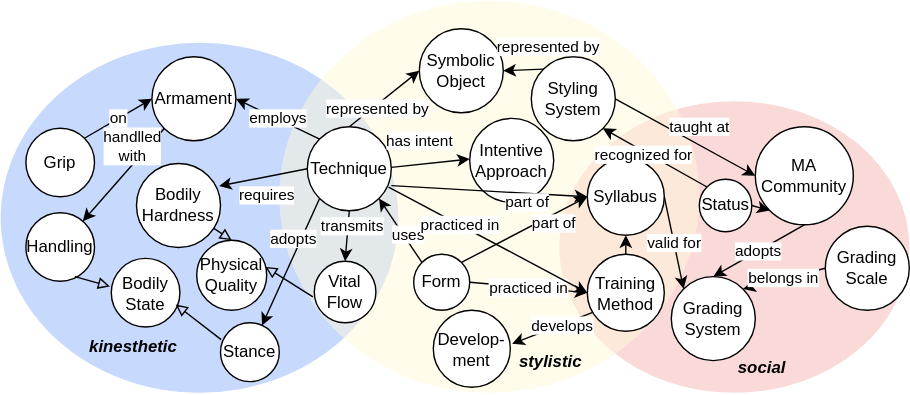
CROSSINGS/ont keeps this draw.io diagram as doc/martialont.drawio.svg. Above is the earlier version. Source tidied: cells renumbered, new cells last; positions are measured from the earlier drawing's top-left corner, leaving out a move shared by most shapes.
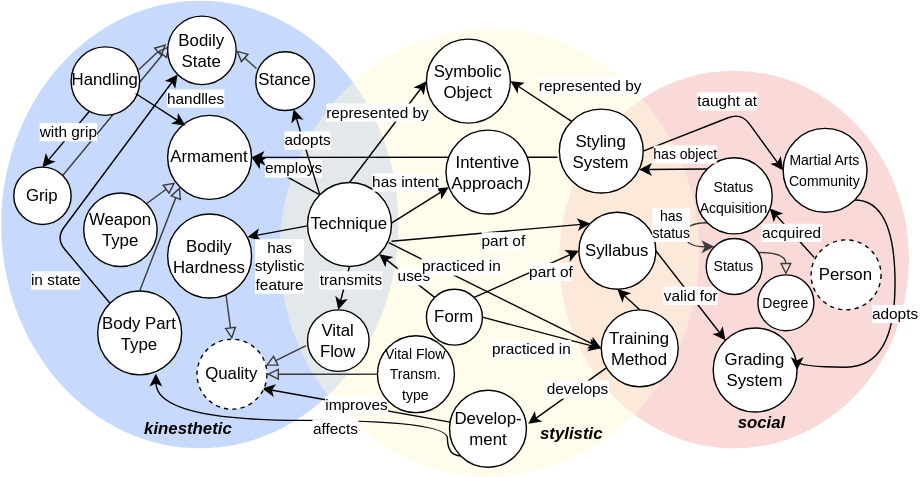
Above is the later version.

Change to the diagram source:
```diff
@@ -5,30 +5,43 @@
     <mxCell id="2" style="ellipse;whiteSpace=wrap;html=1;strokeOpacity=75;fillOpacity=100;strokeColor=none;fillColor=#C7D9FC;" parent="1" vertex="1">
-      <mxGeometry y="30" width="284" height="250" as="geometry" />
+      <mxGeometry y="-40" width="284" height="320" as="geometry" />
     </mxCell>
+    <mxCell id="54" style="rounded=0;jettySize=auto;html=1;exitX=1;exitY=0;exitDx=0;exitDy=0;entryX=0.032;entryY=0.432;entryDx=0;entryDy=0;endArrow=block;endFill=0;entryPerimeter=0;strokeColor=#3B3B3B;" parent="1" edge="1" source="28" target="51">
+      <mxGeometry relative="1" as="geometry" />
+    </mxCell>
+    <mxCell id="55" value="in state" style="endArrow=classic;html=1;exitX=0;exitY=0;exitDx=0;exitDy=0;entryX=0;entryY=1;entryDx=0;entryDy=0;" parent="1" edge="1" source="59" target="51">
+      <mxGeometry x="-0.64" y="19" relative="1" as="geometry">
+        <Array as="points">
+          <mxPoint x="39" y="130" />
+        </Array>
+      </mxGeometry>
+    </mxCell>
     <mxCell id="3" style="ellipse;whiteSpace=wrap;html=1;fillColor=#f8cecc;strokeColor=none;fillOpacity=75;" parent="1" vertex="1">
-      <mxGeometry x="399" y="71.7" width="250" height="208.3" as="geometry" />
+      <mxGeometry x="399" y="10" width="250" height="270" as="geometry" />
     </mxCell>
     <mxCell id="4" style="ellipse;whiteSpace=wrap;html=1;strokeColor=none;fillColor=#FFF9D9;strokeOpacity=100;fillOpacity=50;" parent="1" vertex="1">
-      <mxGeometry x="199" width="300" height="280" as="geometry" />
+      <mxGeometry x="199" y="-20" width="300" height="320" as="geometry" />
     </mxCell>
     <mxCell id="5" value="Grading System" style="ellipse;whiteSpace=wrap;html=1;spacing=2;" parent="1" vertex="1">
-      <mxGeometry x="479" y="197" width="60" height="60" as="geometry" />
+      <mxGeometry x="509" y="194" width="60" height="60" as="geometry" />
     </mxCell>
-    <mxCell id="6" value="adopts" style="edgeStyle=none;rounded=0;jettySize=auto;html=1;exitX=0.5;exitY=1;exitDx=0;exitDy=0;entryX=0.5;entryY=0;entryDx=0;entryDy=0;" parent="1" edge="1" source="7" target="5">
-      <mxGeometry relative="1" as="geometry" />
+    <mxCell id="6" value="adopts" style="edgeStyle=orthogonalEdgeStyle;rounded=0;jettySize=auto;html=1;exitX=1;exitY=1;exitDx=0;exitDy=0;entryX=1;entryY=0.5;entryDx=0;entryDy=0;curved=1;" parent="1" edge="1" source="7" target="5">
+      <mxGeometry relative="1" as="geometry">
+        <Array as="points">
+          <mxPoint x="639" y="102" />
+          <mxPoint x="639" y="222" />
+        </Array>
+      </mxGeometry>
     </mxCell>
-    <mxCell id="7" value="MA Community" style="ellipse;whiteSpace=wrap;html=1;spacing=2;" parent="1" vertex="1">
-      <mxGeometry x="539" y="90" width="70" height="70" as="geometry" />
+    <mxCell id="7" value="&lt;font style=&quot;font-size: 10px;&quot;&gt;Martial Arts Community&lt;/font&gt;" style="ellipse;whiteSpace=wrap;html=1;spacing=2;" parent="1" vertex="1">
+      <mxGeometry x="559" y="51.2" width="60" height="60" as="geometry" />
     </mxCell>
     <mxCell id="8" value="Styling System" style="ellipse;whiteSpace=wrap;html=1;spacing=2;" parent="1" vertex="1">
-      <mxGeometry x="379" y="40" width="60" height="60" as="geometry" />
+      <mxGeometry x="399" y="37.5" width="60" height="60" as="geometry" />
     </mxCell>
-    <mxCell id="9" value="belongs in" style="edgeStyle=none;rounded=0;jettySize=auto;html=1;exitX=0;exitY=0.5;exitDx=0;exitDy=0;entryX=1;entryY=0;entryDx=0;entryDy=0;" parent="1" edge="1" source="10" target="5">
-      <mxGeometry relative="1" as="geometry" />
-    </mxCell>
-    <mxCell id="10" value="Grading Scale" style="ellipse;whiteSpace=wrap;html=1;spacing=2;" parent="1" vertex="1">
-      <mxGeometry x="589" y="161" width="60" height="60" as="geometry" />
-    </mxCell>
     <mxCell id="11" value="taught at" style="endArrow=classic;html=1;entryX=0;entryY=0.5;entryDx=0;entryDy=0;exitX=1;exitY=0.5;exitDx=0;exitDy=0;" parent="1" edge="1" source="8" target="7">
-      <mxGeometry x="0.09" y="11" relative="1" as="geometry" />
+      <mxGeometry x="0.09" y="11" relative="1" as="geometry">
+        <Array as="points">
+          <mxPoint x="529" y="40" />
+        </Array>
+      </mxGeometry>
     </mxCell>
@@ -38,6 +51,6 @@
     <mxCell id="13" value="Form" style="ellipse;whiteSpace=wrap;html=1;spacing=2;" parent="1" vertex="1">
-      <mxGeometry x="295" y="181" width="40" height="40" as="geometry" />
+      <mxGeometry x="304" y="166.2" width="40" height="40" as="geometry" />
     </mxCell>
     <mxCell id="14" value="employs" style="edgeStyle=none;rounded=0;jettySize=auto;html=1;exitX=0;exitY=0;exitDx=0;exitDy=0;entryX=1;entryY=0.5;entryDx=0;entryDy=0;" parent="1" edge="1" source="15" target="25">
-      <mxGeometry relative="1" as="geometry" />
+      <mxGeometry x="-0.08" y="-7" relative="1" as="geometry" />
     </mxCell>
@@ -50,9 +63,6 @@
     <mxCell id="17" value="Training Method" style="ellipse;whiteSpace=wrap;html=1;spacing=2;" parent="1" vertex="1">
-      <mxGeometry x="419" y="181" width="55" height="55" as="geometry" />
+      <mxGeometry x="429" y="181" width="55" height="55" as="geometry" />
     </mxCell>
-    <mxCell id="18" value="Intentive&lt;br&gt;Approach" style="ellipse;whiteSpace=wrap;html=1;spacing=2;" parent="1" vertex="1">
-      <mxGeometry x="335" y="84" width="60" height="60" as="geometry" />
-    </mxCell>
     <mxCell id="19" value="practiced in" style="endArrow=classic;html=1;exitX=1;exitY=0.5;exitDx=0;exitDy=0;entryX=0;entryY=0.5;entryDx=0;entryDy=0;" parent="1" edge="1" source="13" target="17">
-      <mxGeometry relative="1" as="geometry" />
+      <mxGeometry x="-0.1" y="-13" relative="1" as="geometry" />
     </mxCell>
@@ -61,6 +71,5 @@
     </mxCell>
-    <mxCell id="21" value="has intent" style="endArrow=classic;html=1;entryX=0;entryY=0.5;entryDx=0;entryDy=0;exitX=1;exitY=0.5;exitDx=0;exitDy=0;" parent="1" edge="1">
-      <mxGeometry x="-0.22" y="17" relative="1" as="geometry">
+    <mxCell id="21" value="has intent" style="endArrow=classic;html=1;entryX=0.033;entryY=0.68;entryDx=0;entryDy=0;exitX=1;exitY=0.5;exitDx=0;exitDy=0;entryPerimeter=0;" parent="1" edge="1" target="18">
+      <mxGeometry x="-0.01" y="19" relative="1" as="geometry">
         <mxPoint x="279" y="119" as="sourcePoint" />
-        <mxPoint x="335" y="113" as="targetPoint" />
       </mxGeometry>
@@ -68,5 +77,5 @@
     <mxCell id="22" value="Vital Flow" style="ellipse;whiteSpace=wrap;html=1;spacing=2;" parent="1" vertex="1">
-      <mxGeometry x="224" y="186" width="44" height="44" as="geometry" />
+      <mxGeometry x="219" y="181" width="44" height="44" as="geometry" />
     </mxCell>
-    <mxCell id="23" style="rounded=0;jettySize=auto;html=1;exitX=0.9;exitY=0.758;exitDx=0;exitDy=0;entryX=0.5;entryY=0;entryDx=0;entryDy=0;endArrow=block;endFill=0;exitPerimeter=0;" parent="1" edge="1" source="24" target="49">
+    <mxCell id="23" style="rounded=0;jettySize=auto;html=1;exitX=0.693;exitY=0.944;exitDx=0;exitDy=0;entryX=0.5;entryY=0;entryDx=0;entryDy=0;endArrow=block;endFill=0;exitPerimeter=0;strokeColor=#3B3B3B;" parent="1" edge="1" source="24" target="49">
       <mxGeometry relative="1" as="geometry" />
@@ -74,24 +83,23 @@
     <mxCell id="24" value="Bodily&lt;br&gt;Hardness" style="ellipse;whiteSpace=wrap;html=1;spacing=2;" parent="1" vertex="1">
-      <mxGeometry x="97" y="116.2" width="60" height="60" as="geometry" />
+      <mxGeometry x="119" y="112.5" width="60" height="60" as="geometry" />
     </mxCell>
     <mxCell id="25" value="Armament" style="ellipse;whiteSpace=wrap;html=1;spacing=2;" parent="1" vertex="1">
-      <mxGeometry x="108" y="40" width="60" height="60" as="geometry" />
+      <mxGeometry x="119" y="42" width="60" height="60" as="geometry" />
     </mxCell>
     <mxCell id="26" value="Stance" style="ellipse;whiteSpace=wrap;html=1;spacing=2;" parent="1" vertex="1">
-      <mxGeometry x="157" y="230" width="42" height="42" as="geometry" />
+      <mxGeometry x="182" y="-3.5" width="42" height="42" as="geometry" />
     </mxCell>
-    <mxCell id="27" value="on" style="rounded=0;jettySize=auto;html=1;exitX=1;exitY=0;exitDx=0;exitDy=0;entryX=0;entryY=0.5;entryDx=0;entryDy=0;" parent="1" edge="1" source="28" target="25">
-      <mxGeometry relative="1" as="geometry" />
-    </mxCell>
     <mxCell id="28" value="Grip" style="ellipse;whiteSpace=wrap;html=1;spacing=2;" parent="1" vertex="1">
-      <mxGeometry x="18" y="91" width="49" height="49" as="geometry" />
+      <mxGeometry x="9" y="79" width="41" height="41" as="geometry" />
     </mxCell>
     <mxCell id="29" value="Symbolic Object" style="ellipse;whiteSpace=wrap;html=1;spacing=2;" parent="1" vertex="1">
-      <mxGeometry x="299" y="20" width="60" height="60" as="geometry" />
+      <mxGeometry x="304" y="-12.5" width="60" height="60" as="geometry" />
     </mxCell>
     <mxCell id="30" value="Handling" style="ellipse;whiteSpace=wrap;html=1;spacing=2;" parent="1" vertex="1">
-      <mxGeometry x="18" y="151.3" width="49" height="49" as="geometry" />
+      <mxGeometry x="50" y="-7" width="49" height="49" as="geometry" />
     </mxCell>
-    <mxCell id="31" value="requires" style="endArrow=classic;html=1;exitX=0;exitY=0.5;exitDx=0;exitDy=0;entryX=0.983;entryY=0.267;entryDx=0;entryDy=0;entryPerimeter=0;" parent="1" edge="1" source="15" target="24">
-      <mxGeometry x="0.01" y="13" relative="1" as="geometry" />
+    <mxCell id="31" value="has &lt;br&gt;stylistic&lt;br&gt;feature" style="endArrow=classic;html=1;exitX=0;exitY=0.5;exitDx=0;exitDy=0;entryX=0.951;entryY=0.274;entryDx=0;entryDy=0;entryPerimeter=0;" parent="1" edge="1" target="24">
+      <mxGeometry x="0.14" y="25" relative="1" as="geometry">
+        <mxPoint x="219" y="121" as="sourcePoint" />
+      </mxGeometry>
     </mxCell>
@@ -104,19 +112,15 @@
     <mxCell id="33" value="represented by" style="endArrow=classic;html=1;entryX=0;entryY=0.5;entryDx=0;entryDy=0;exitX=0.5;exitY=0;exitDx=0;exitDy=0;" parent="1" edge="1" source="15" target="29">
-      <mxGeometry x="-0.26" y="-2" relative="1" as="geometry" />
+      <mxGeometry x="0.14" y="14" relative="1" as="geometry" />
     </mxCell>
     <mxCell id="34" value="represented by" style="endArrow=classic;html=1;entryX=1;entryY=0.5;entryDx=0;entryDy=0;exitX=0;exitY=0;exitDx=0;exitDy=0;" parent="1" edge="1" source="8" target="29">
-      <mxGeometry x="-1" y="-22" relative="1" as="geometry">
-        <mxPoint x="4" y="6" as="offset" />
-      </mxGeometry>
+      <mxGeometry x="-0.89" y="-28" relative="1" as="geometry" />
     </mxCell>
-    <mxCell id="35" value="handlled&lt;br&gt;with" style="rounded=0;jettySize=auto;html=1;exitX=0;exitY=1;exitDx=0;exitDy=0;" parent="1" edge="1" source="25" target="30">
-      <mxGeometry x="-0.42" y="-8" relative="1" as="geometry">
-        <mxPoint y="-1" as="offset" />
-      </mxGeometry>
+    <mxCell id="35" value="handlles" style="rounded=0;jettySize=auto;html=1;entryX=0.211;entryY=0.119;entryDx=0;entryDy=0;entryPerimeter=0;exitX=0.941;exitY=0.68;exitDx=0;exitDy=0;exitPerimeter=0;" parent="1" edge="1" source="30" target="25">
+      <mxGeometry x="0.8" y="20" relative="1" as="geometry" />
     </mxCell>
-    <mxCell id="36" value="adopts" style="endArrow=classic;html=1;exitX=0;exitY=1;exitDx=0;exitDy=0;" parent="1" edge="1" source="15" target="26">
-      <mxGeometry x="-0.32" y="-5" relative="1" as="geometry" />
+    <mxCell id="36" value="adopts" style="endArrow=classic;html=1;exitX=0;exitY=0;exitDx=0;exitDy=0;" parent="1" edge="1" source="15" target="26">
+      <mxGeometry x="0.24" y="-3" relative="1" as="geometry" />
     </mxCell>
     <mxCell id="37" value="&lt;b&gt;&lt;i&gt;stylistic&lt;/i&gt;&lt;/b&gt;" style="text;html=1;strokeColor=none;fillColor=none;align=center;verticalAlign=middle;whiteSpace=wrap;rounded=0;" parent="1" vertex="1">
-      <mxGeometry x="373" y="248" width="40" height="20" as="geometry" />
+      <mxGeometry x="388" y="260" width="40" height="20" as="geometry" />
     </mxCell>
@@ -126,11 +130,9 @@
     <mxCell id="39" value="&lt;b&gt;&lt;i&gt;kinesthetic&lt;/i&gt;&lt;/b&gt;" style="text;html=1;strokeColor=none;fillColor=none;align=center;verticalAlign=middle;whiteSpace=wrap;rounded=0;" parent="1" vertex="1">
-      <mxGeometry x="50" y="237" width="90" height="20" as="geometry" />
+      <mxGeometry x="89" y="256" width="90" height="20" as="geometry" />
     </mxCell>
     <mxCell id="40" value="practiced in" style="endArrow=classic;html=1;exitX=0.967;exitY=0.717;exitDx=0;exitDy=0;entryX=0;entryY=0.5;entryDx=0;entryDy=0;exitPerimeter=0;" parent="1" edge="1" source="15" target="17">
-      <mxGeometry x="-0.27" y="1" relative="1" as="geometry">
-        <mxPoint x="-1" as="offset" />
-      </mxGeometry>
+      <mxGeometry x="-0.36" y="8" relative="1" as="geometry" />
     </mxCell>
     <mxCell id="41" value="Syllabus" style="ellipse;whiteSpace=wrap;html=1;spacing=2;" parent="1" vertex="1">
-      <mxGeometry x="419" y="112.5" width="55" height="55" as="geometry" />
+      <mxGeometry x="413" y="111.2" width="55" height="55" as="geometry" />
     </mxCell>
@@ -139,7 +141,10 @@
     </mxCell>
-    <mxCell id="43" value="part of" style="endArrow=classic;html=1;exitX=1;exitY=0.7;exitDx=0;exitDy=0;entryX=0;entryY=0.5;entryDx=0;entryDy=0;exitPerimeter=0;" parent="1" edge="1" source="15" target="41">
-      <mxGeometry x="0.4" y="-6" relative="1" as="geometry" />
+    <mxCell id="43" value="part of" style="endArrow=classic;html=1;exitX=1;exitY=0.7;exitDx=0;exitDy=0;entryX=0;entryY=0;entryDx=0;entryDy=0;exitPerimeter=0;" parent="1" edge="1" source="15" target="41">
+      <mxGeometry x="0.12" y="-7" relative="1" as="geometry" />
     </mxCell>
+    <mxCell id="56" value="improves" style="rounded=0;jettySize=auto;html=1;entryX=0.933;entryY=0.703;entryDx=0;entryDy=0;entryPerimeter=0;" parent="1" edge="1" source="44" target="49">
+      <mxGeometry relative="1" as="geometry" />
+    </mxCell>
     <mxCell id="44" value="Develop-ment" style="ellipse;whiteSpace=wrap;html=1;spacing=2;" parent="1" vertex="1">
-      <mxGeometry x="309" y="221" width="55" height="55" as="geometry" />
+      <mxGeometry x="320.5" y="238.5" width="55" height="55" as="geometry" />
     </mxCell>
@@ -150,18 +155,23 @@
     </mxCell>
+    <mxCell id="57" value="has&lt;br&gt;status" style="edgeStyle=orthogonalEdgeStyle;curved=1;rounded=0;jettySize=auto;html=1;exitX=0;exitY=1;exitDx=0;exitDy=0;entryX=0;entryY=1;entryDx=0;entryDy=0;strokeColor=#3B3B3B;fontSize=10;startArrow=none;startFill=0;" parent="1" edge="1" source="46" target="69">
+      <mxGeometry x="-0.37" y="-10" relative="1" as="geometry">
+        <Array as="points">
+          <mxPoint x="489" y="119" />
+          <mxPoint x="489" y="136" />
+        </Array>
+      </mxGeometry>
+    </mxCell>
-    <mxCell id="46" value="Status" style="ellipse;whiteSpace=wrap;html=1;spacing=2;" parent="1" vertex="1">
-      <mxGeometry x="499" y="127.5" width="37.5" height="37.5" as="geometry" />
+    <mxCell id="46" value="&lt;font style=&quot;font-size: 10px;&quot;&gt;Status Acquisition&lt;/font&gt;" style="ellipse;whiteSpace=wrap;html=1;spacing=2;" parent="1" vertex="1">
+      <mxGeometry x="496.8" y="72.3" width="54.4" height="54.4" as="geometry" />
     </mxCell>
-    <mxCell id="47" style="endArrow=classic;html=1;entryX=0;entryY=1;entryDx=0;entryDy=0;exitX=1;exitY=0.5;exitDx=0;exitDy=0;" parent="1" edge="1" source="46" target="7">
+    <mxCell id="47" value="acquired" style="endArrow=classic;html=1;entryX=0.969;entryY=0.665;entryDx=0;entryDy=0;exitX=0.042;exitY=0.248;exitDx=0;exitDy=0;exitPerimeter=0;entryPerimeter=0;" parent="1" edge="1" source="67" target="46">
       <mxGeometry relative="1" as="geometry" />
     </mxCell>
-    <mxCell id="48" value="recognized for" style="endArrow=classic;html=1;exitX=0;exitY=0;exitDx=0;exitDy=0;" parent="1" edge="1">
-      <mxGeometry x="0.2" y="2" relative="1" as="geometry">
-        <mxPoint x="504.5" y="133" as="sourcePoint" />
-        <mxPoint x="430" y="91" as="targetPoint" />
-      </mxGeometry>
+    <mxCell id="48" value="&lt;font style=&quot;font-size: 10px;&quot;&gt;has object&lt;/font&gt;" style="endArrow=classic;html=1;exitX=0;exitY=0;exitDx=0;exitDy=0;entryX=0.95;entryY=0.721;entryDx=0;entryDy=0;entryPerimeter=0;" parent="1" edge="1" source="46" target="8">
+      <mxGeometry x="-0.36" y="-10" relative="1" as="geometry" />
     </mxCell>
-    <mxCell id="49" value="Physical Quality" style="ellipse;whiteSpace=wrap;html=1;spacing=2;" parent="1" vertex="1">
-      <mxGeometry x="140" y="171" width="50" height="50" as="geometry" />
+    <mxCell id="49" value="Quality" style="ellipse;whiteSpace=wrap;html=1;spacing=2;strokeColor=#000000;dashed=1;" parent="1" vertex="1">
+      <mxGeometry x="140" y="202" width="50" height="50" as="geometry" />
     </mxCell>
-    <mxCell id="50" style="rounded=0;jettySize=auto;html=1;exitX=-0.023;exitY=0.58;exitDx=0;exitDy=0;endArrow=block;endFill=0;exitPerimeter=0;entryX=0.98;entryY=0.38;entryDx=0;entryDy=0;entryPerimeter=0;" parent="1" edge="1" source="22" target="49">
+    <mxCell id="50" style="rounded=0;jettySize=auto;html=1;exitX=-0.023;exitY=0.58;exitDx=0;exitDy=0;endArrow=block;endFill=0;exitPerimeter=0;entryX=0.98;entryY=0.38;entryDx=0;entryDy=0;entryPerimeter=0;strokeColor=#3B3B3B;" parent="1" edge="1" source="22" target="49">
       <mxGeometry relative="1" as="geometry" />
@@ -169,10 +179,62 @@
     <mxCell id="51" value="Bodily&lt;br&gt;State" style="ellipse;whiteSpace=wrap;html=1;spacing=2;" parent="1" vertex="1">
-      <mxGeometry x="79" y="184" width="49" height="49" as="geometry" />
+      <mxGeometry x="119" y="-29" width="49" height="49" as="geometry" />
     </mxCell>
-    <mxCell id="52" style="rounded=0;jettySize=auto;html=1;exitX=0.012;exitY=0.286;exitDx=0;exitDy=0;entryX=0.939;entryY=0.673;entryDx=0;entryDy=0;endArrow=block;endFill=0;exitPerimeter=0;entryPerimeter=0;" parent="1" edge="1" source="26" target="51">
+    <mxCell id="52" style="rounded=0;jettySize=auto;html=1;exitX=0.012;exitY=0.286;exitDx=0;exitDy=0;entryX=1;entryY=0.5;entryDx=0;entryDy=0;endArrow=block;endFill=0;exitPerimeter=0;strokeColor=#3B3B3B;" parent="1" edge="1" source="26" target="51">
       <mxGeometry relative="1" as="geometry" />
     </mxCell>
-    <mxCell id="53" style="rounded=0;jettySize=auto;html=1;exitX=0.714;exitY=0.932;exitDx=0;exitDy=0;entryX=-0.02;entryY=0.408;entryDx=0;entryDy=0;endArrow=block;endFill=0;exitPerimeter=0;entryPerimeter=0;" parent="1" edge="1" source="30" target="51">
+    <mxCell id="53" style="rounded=0;jettySize=auto;html=1;exitX=0.986;exitY=0.334;exitDx=0;exitDy=0;entryX=-0.02;entryY=0.408;entryDx=0;entryDy=0;endArrow=block;endFill=0;exitPerimeter=0;entryPerimeter=0;strokeColor=#3B3B3B;" parent="1" edge="1" source="30" target="51">
       <mxGeometry relative="1" as="geometry" />
     </mxCell>
+    <mxCell id="58" value="with grip" style="rounded=0;jettySize=auto;html=1;exitX=0.261;exitY=0.947;exitDx=0;exitDy=0;exitPerimeter=0;entryX=0.5;entryY=0;entryDx=0;entryDy=0;" parent="1" edge="1" source="30" target="28">
+      <mxGeometry x="-0.21" y="-2" relative="1" as="geometry" />
+    </mxCell>
+    <mxCell id="59" value="Body Part Type" style="ellipse;whiteSpace=wrap;html=1;spacing=2;" parent="1" vertex="1">
+      <mxGeometry x="69" y="167.5" width="60" height="60" as="geometry" />
+    </mxCell>
+    <mxCell id="60" value="Weapon Type" style="ellipse;whiteSpace=wrap;html=1;spacing=2;" parent="1" vertex="1">
+      <mxGeometry x="59" y="97.5" width="52.5" height="52.5" as="geometry" />
+    </mxCell>
+    <mxCell id="61" style="rounded=0;jettySize=auto;html=1;exitX=1;exitY=0;exitDx=0;exitDy=0;entryX=0.091;entryY=0.799;entryDx=0;entryDy=0;endArrow=block;endFill=0;entryPerimeter=0;strokeColor=#3B3B3B;" parent="1" edge="1" source="60" target="25">
+      <mxGeometry relative="1" as="geometry" />
+    </mxCell>
+    <mxCell id="62" style="rounded=0;jettySize=auto;html=1;exitX=0.5;exitY=0;exitDx=0;exitDy=0;entryX=0;entryY=1;entryDx=0;entryDy=0;endArrow=block;endFill=0;strokeColor=#3B3B3B;" parent="1" edge="1" source="59" target="25">
+      <mxGeometry relative="1" as="geometry" />
+    </mxCell>
+    <mxCell id="63" value="affects" style="endArrow=classic;html=1;rounded=0;entryX=0.693;entryY=0.985;entryDx=0;entryDy=0;entryPerimeter=0;exitX=0;exitY=1;exitDx=0;exitDy=0;edgeStyle=orthogonalEdgeStyle;curved=1;" parent="1" edge="1" source="44" target="59">
+      <mxGeometry x="-0.17" y="6" relative="1" as="geometry">
+        <Array as="points">
+          <mxPoint x="319" y="285" />
+          <mxPoint x="319" y="260" />
+          <mxPoint x="111" y="260" />
+        </Array>
+      </mxGeometry>
+    </mxCell>
+    <mxCell id="64" value="&lt;font style=&quot;font-size: 10px;&quot;&gt;Vital Flow Transm. type&lt;/font&gt;" style="ellipse;whiteSpace=wrap;html=1;spacing=2;" parent="1" vertex="1">
+      <mxGeometry x="269" y="199.5" width="55" height="55" as="geometry" />
+    </mxCell>
+    <mxCell id="65" style="rounded=0;jettySize=auto;html=1;exitX=0;exitY=0.5;exitDx=0;exitDy=0;endArrow=block;endFill=0;strokeColor=#3B3B3B;entryX=1;entryY=0.5;entryDx=0;entryDy=0;" parent="1" edge="1" source="64" target="49">
+      <mxGeometry relative="1" as="geometry" />
+    </mxCell>
+    <mxCell id="66" style="edgeStyle=none;rounded=0;jettySize=auto;html=1;exitX=-0.022;exitY=0.573;exitDx=0;exitDy=0;exitPerimeter=0;entryX=1;entryY=0.5;entryDx=0;entryDy=0;" parent="1" edge="1" source="8" target="25">
+      <mxGeometry relative="1" as="geometry" />
+    </mxCell>
+    <mxCell id="18" value="Intentive&lt;br&gt;Approach" style="ellipse;whiteSpace=wrap;html=1;spacing=2;" parent="1" vertex="1">
+      <mxGeometry x="318" y="52.5" width="60" height="60" as="geometry" />
+    </mxCell>
+    <mxCell id="67" value="Person" style="ellipse;whiteSpace=wrap;html=1;spacing=2;strokeColor=#000000;dashed=1;" parent="1" vertex="1">
+      <mxGeometry x="579" y="131" width="50" height="50" as="geometry" />
+    </mxCell>
+    <mxCell id="68" style="rounded=0;jettySize=auto;html=1;entryX=0;entryY=0.5;entryDx=0;entryDy=0;strokeColor=#3B3B3B;fontSize=10;startArrow=none;startFill=0;endArrow=block;endFill=0;edgeStyle=orthogonalEdgeStyle;curved=1;" parent="1" edge="1" source="69" target="70">
+      <mxGeometry relative="1" as="geometry">
+        <Array as="points">
+          <mxPoint x="561" y="140" />
+        </Array>
+      </mxGeometry>
+    </mxCell>
+    <mxCell id="69" value="&lt;font style=&quot;font-size: 10px;&quot;&gt;Status&lt;/font&gt;" style="ellipse;whiteSpace=wrap;html=1;spacing=2;direction=south;" parent="1" vertex="1">
+      <mxGeometry x="504" y="130" width="40" height="40" as="geometry" />
+    </mxCell>
+    <mxCell id="70" value="&lt;font style=&quot;font-size: 10px;&quot;&gt;Degree&lt;/font&gt;" style="ellipse;whiteSpace=wrap;html=1;spacing=2;direction=south;" parent="1" vertex="1">
+      <mxGeometry x="541" y="156" width="40" height="40" as="geometry" />
+    </mxCell>
   </root>
```
